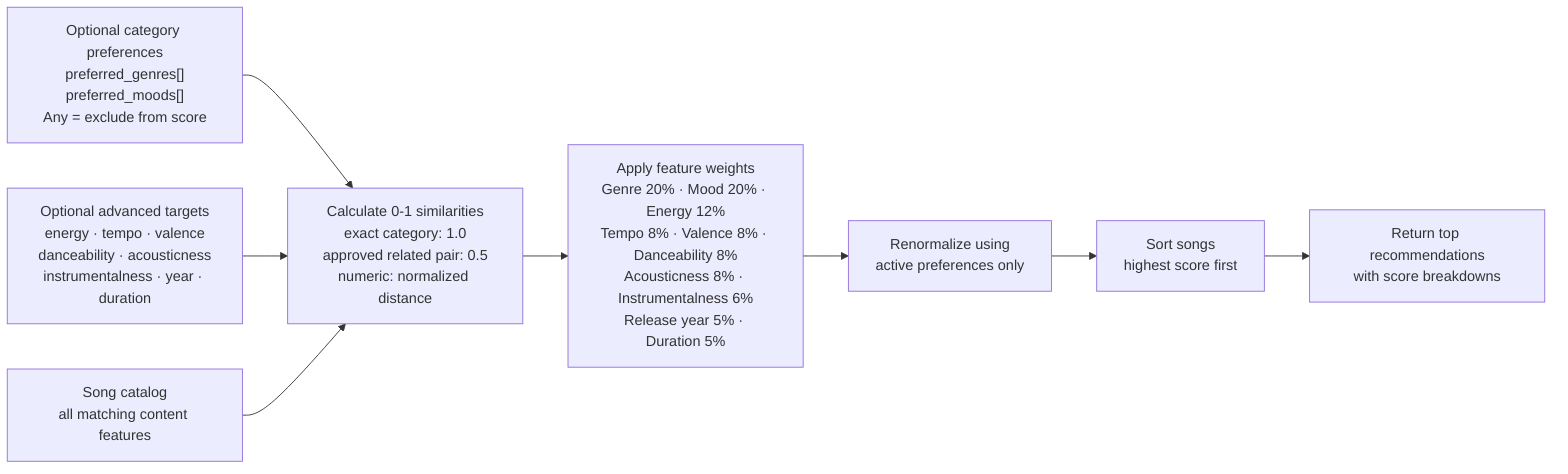
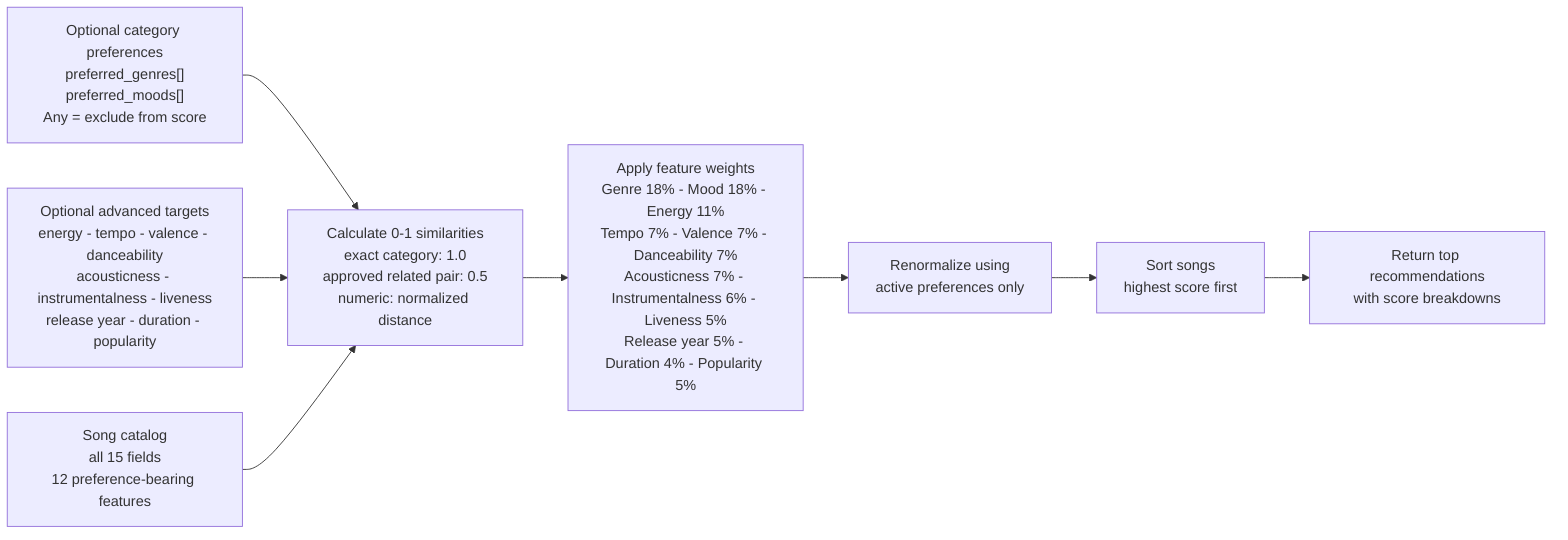
flowchart LR
    A["Optional category preferences<br/>preferred_genres[]<br/>preferred_moods[]<br/>Any = exclude from score"]
-     B["Optional advanced targets<br/>energy · tempo · valence<br/>danceability · acousticness<br/>instrumentalness · year · duration"]
-     C["Song catalog<br/>all matching content features"]
+     B["Optional advanced targets<br/>energy - tempo - valence - danceability<br/>acousticness - instrumentalness - liveness<br/>release year - duration - popularity"]
+     C["Song catalog<br/>all 15 fields<br/>12 preference-bearing features"]

    A --> D["Calculate 0-1 similarities<br/>exact category: 1.0<br/>approved related pair: 0.5<br/>numeric: normalized distance"]
    B --> D
    C --> D

-     D --> E["Apply feature weights<br/>Genre 20% · Mood 20% · Energy 12%<br/>Tempo 8% · Valence 8% · Danceability 8%<br/>Acousticness 8% · Instrumentalness 6%<br/>Release year 5% · Duration 5%"]
+     D --> E["Apply feature weights<br/>Genre 18% - Mood 18% - Energy 11%<br/>Tempo 7% - Valence 7% - Danceability 7%<br/>Acousticness 7% - Instrumentalness 6% - Liveness 5%<br/>Release year 5% - Duration 4% - Popularity 5%"]
    E --> F["Renormalize using<br/>active preferences only"]
    F --> G["Sort songs<br/>highest score first"]
    G --> H["Return top recommendations<br/>with score breakdowns"]
